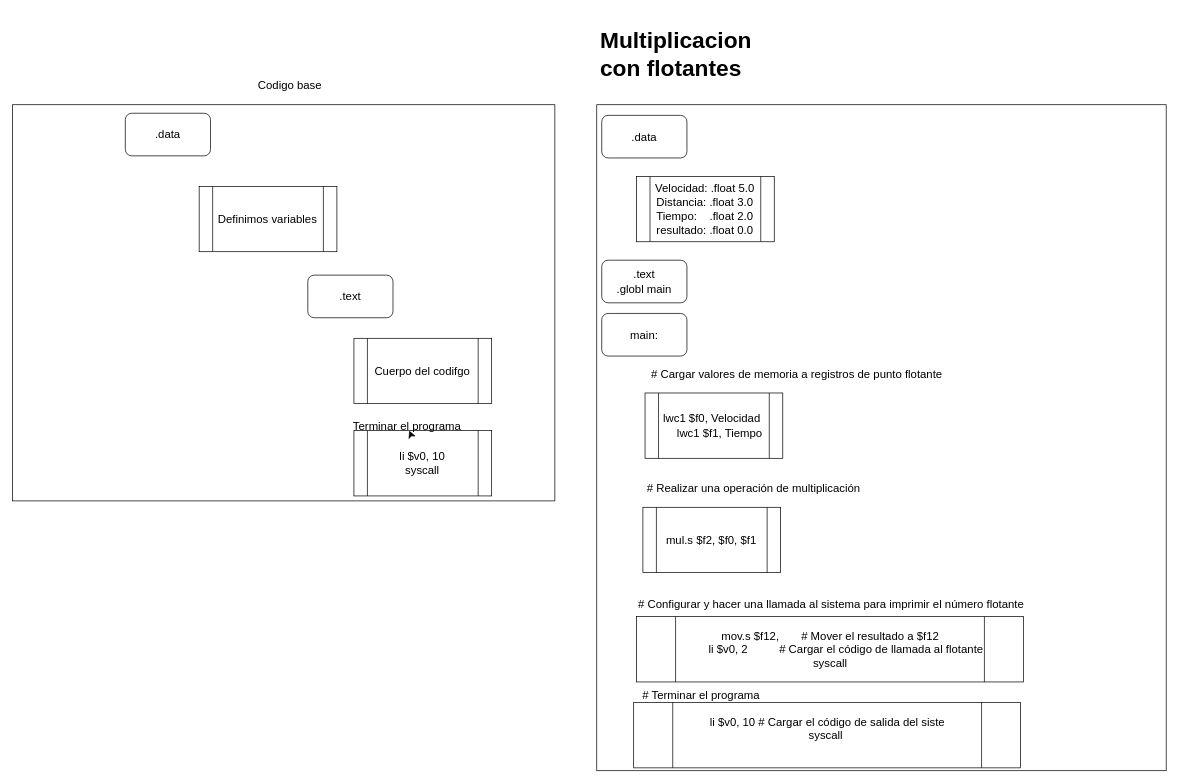
The draw.io diagram assemblerDiagrama.drawio in EstebanGitPro/AdminFinanazas, before the edit. Source tidied: cells renumbered, new cells numbered last; positions are measured from the earlier drawing's top-left corner, leaving out a move shared by most shapes. Both pictures are drawn from the tidied source at 71%, with x=0, y=0 at pixel (12, 19).
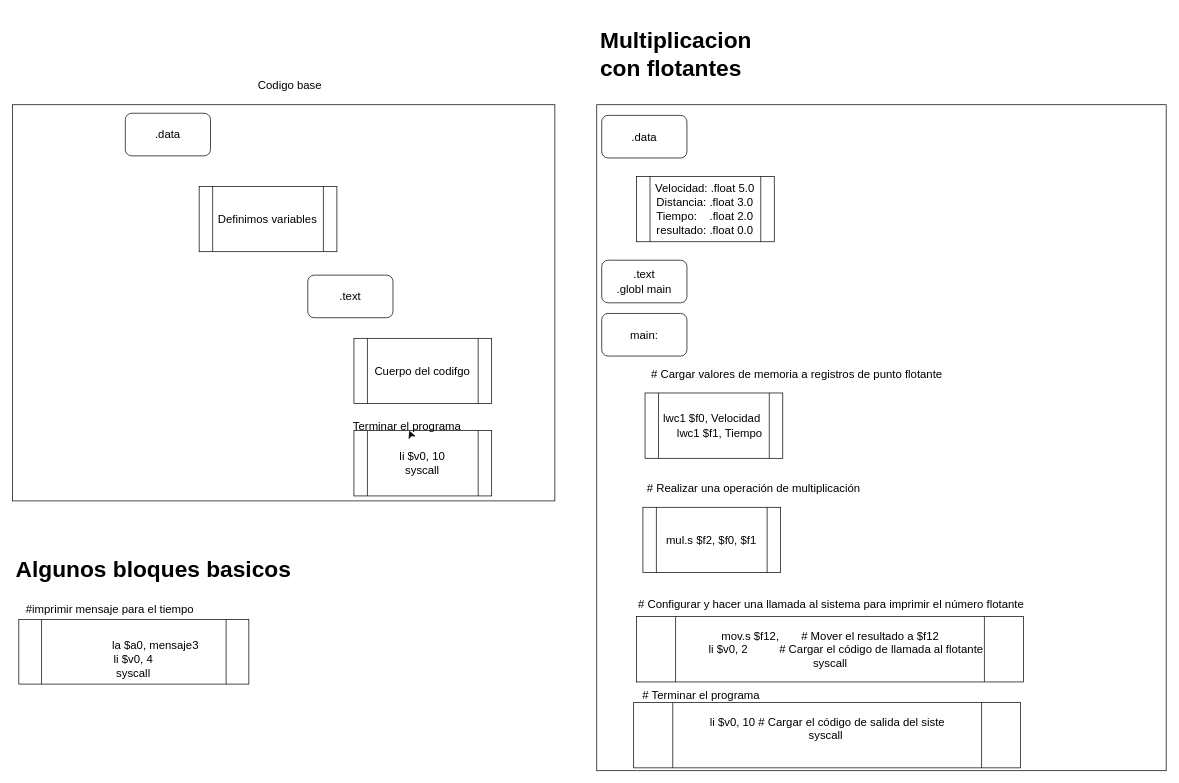
Above is the later version.

The edit, as a diff of the source:
```diff
@@
+    <mxCell id="26" value="&lt;h1&gt;Algunos bloques basicos&lt;/h1&gt;" style="text;html=1;strokeColor=none;fillColor=none;spacing=5;spacingTop=-20;whiteSpace=wrap;overflow=hidden;rounded=0;fontSize=16;" parent="1" vertex="1">
+      <mxGeometry y="744" width="402" height="58" as="geometry" />
+    </mxCell>
+    <mxCell id="27" value="&lt;div&gt;&lt;br&gt;&lt;/div&gt;&lt;div&gt;&amp;nbsp; &amp;nbsp; &amp;nbsp; &amp;nbsp; &amp;nbsp; &amp;nbsp; &amp;nbsp; la $a0, mensaje3&lt;/div&gt;&lt;div&gt;&lt;span style=&quot;background-color: initial;&quot;&gt;li $v0, 4&lt;/span&gt;&lt;/div&gt;&lt;div&gt;syscall&lt;/div&gt;" style="shape=process;whiteSpace=wrap;html=1;backgroundOutline=1;fontSize=16;" parent="1" vertex="1">
+      <mxGeometry x="9" y="845" width="324" height="91" as="geometry" />
+    </mxCell>
+    <mxCell id="28" value="#imprimir mensaje para el tiempo" style="text;html=1;align=center;verticalAlign=middle;strokeColor=none;fillColor=none;fontSize=16;" parent="1" vertex="1">
+      <mxGeometry x="9" y="814" width="255" height="31" as="geometry" />
+    </mxCell>
```
